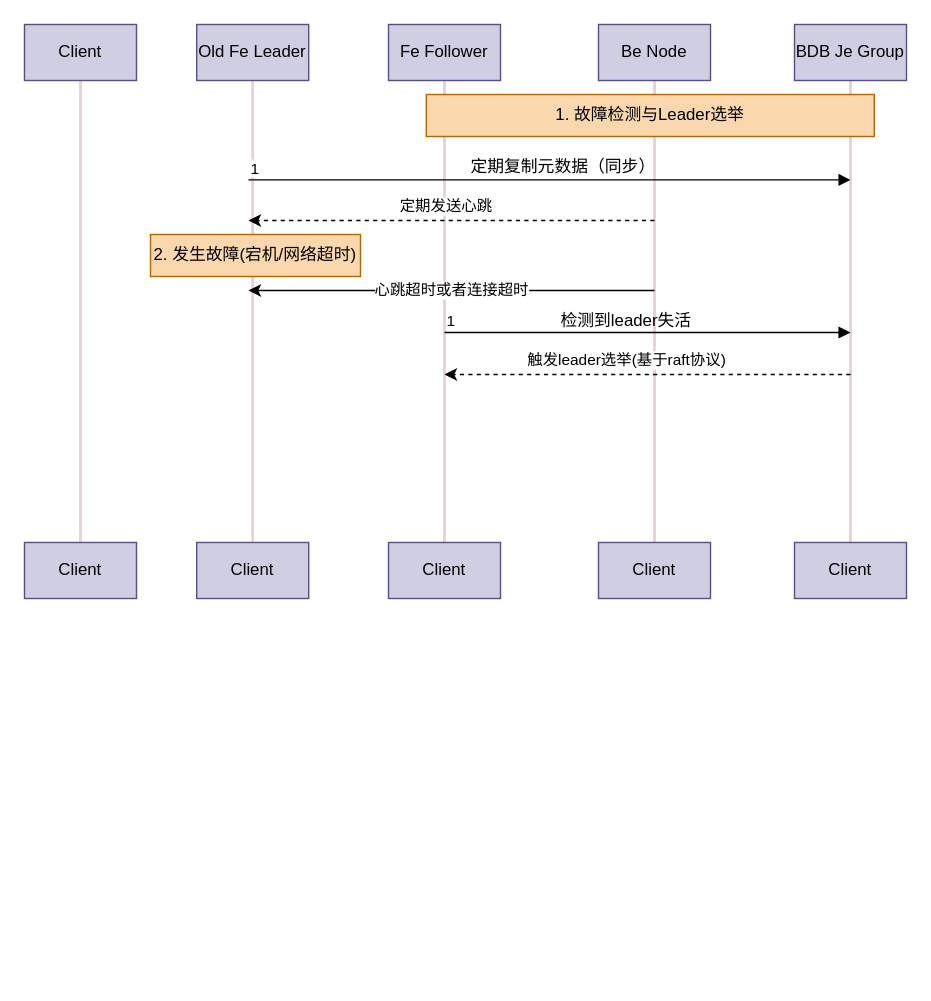
The draw.io diagram starrocks.drawio in lviiii/starrocks, before the edit. Source tidied: cells renumbered, new cells numbered last; positions are measured from the earlier drawing's top-left corner, leaving out a move shared by most shapes. Both pictures are drawn from the tidied source at 140%, with x=0, y=0 at pixel (24, 24).
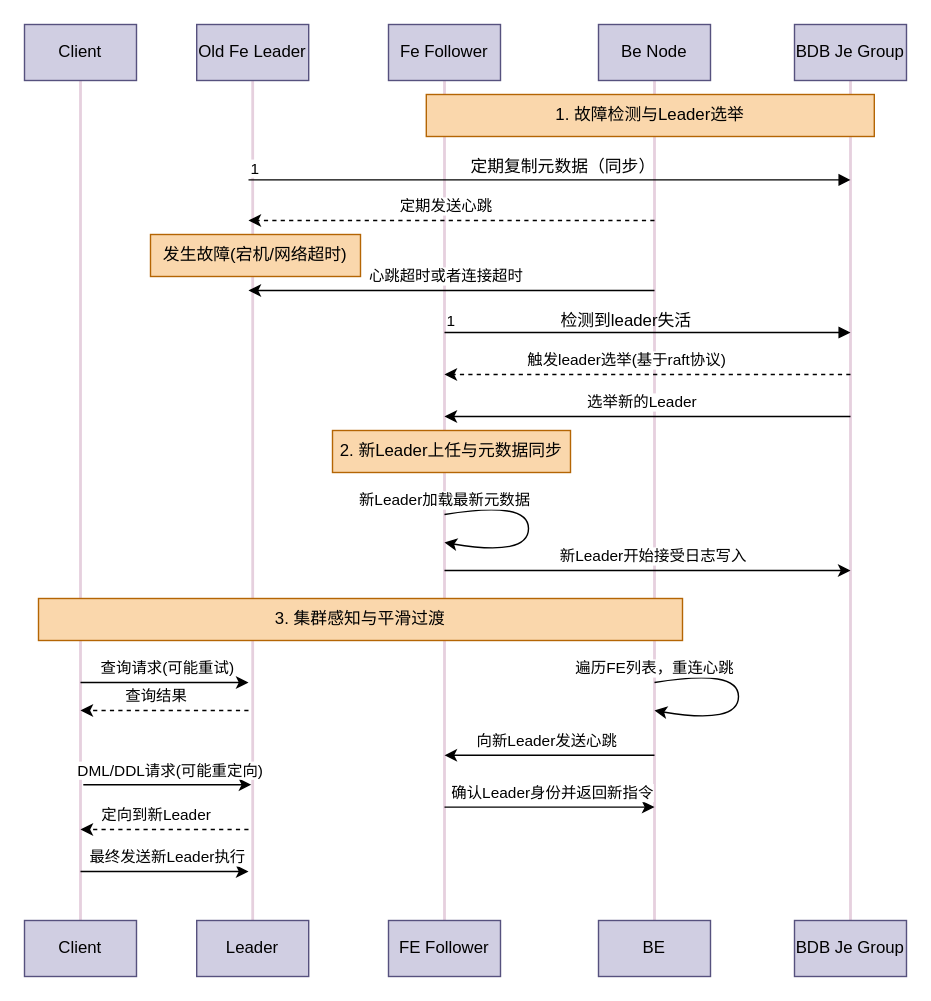
Above is the later version.

The edit, as a diff of the source:
```diff
@@
     <mxCell id="4" value="Client" style="html=1;whiteSpace=wrap;fillColor=#d0cee2;strokeColor=#56517e;" parent="1" vertex="1">
-      <mxGeometry y="370" width="80" height="40" as="geometry" />
+      <mxGeometry y="640" width="80" height="40" as="geometry" />
     </mxCell>
@@
-    <mxCell id="7" value="Client" style="html=1;whiteSpace=wrap;fillColor=#d0cee2;strokeColor=#56517e;" parent="1" vertex="1">
-      <mxGeometry x="123" y="370" width="80" height="40" as="geometry" />
+    <mxCell id="7" value="Leader" style="html=1;whiteSpace=wrap;fillColor=#d0cee2;strokeColor=#56517e;" parent="1" vertex="1">
+      <mxGeometry x="123" y="640" width="80" height="40" as="geometry" />
     </mxCell>
@@
-    <mxCell id="10" value="Client" style="html=1;whiteSpace=wrap;fillColor=#d0cee2;strokeColor=#56517e;" parent="1" vertex="1">
-      <mxGeometry x="260" y="370" width="80" height="40" as="geometry" />
+    <mxCell id="10" value="FE Follower" style="html=1;whiteSpace=wrap;fillColor=#d0cee2;strokeColor=#56517e;" parent="1" vertex="1">
+      <mxGeometry x="260" y="640" width="80" height="40" as="geometry" />
     </mxCell>
@@
-    <mxCell id="13" value="Client" style="html=1;whiteSpace=wrap;fillColor=#d0cee2;strokeColor=#56517e;" parent="1" vertex="1">
-      <mxGeometry x="410" y="370" width="80" height="40" as="geometry" />
+    <mxCell id="13" value="BE" style="html=1;whiteSpace=wrap;fillColor=#d0cee2;strokeColor=#56517e;" parent="1" vertex="1">
+      <mxGeometry x="410" y="640" width="80" height="40" as="geometry" />
     </mxCell>
@@
-    <mxCell id="16" value="Client" style="html=1;whiteSpace=wrap;fillColor=#d0cee2;strokeColor=#56517e;" parent="1" vertex="1">
-      <mxGeometry x="550" y="370" width="80" height="40" as="geometry" />
+    <mxCell id="16" value="BDB Je Group" style="html=1;whiteSpace=wrap;fillColor=#d0cee2;strokeColor=#56517e;" parent="1" vertex="1">
+      <mxGeometry x="550" y="640" width="80" height="40" as="geometry" />
     </mxCell>
@@
-    <mxCell id="22" value="2. 发生故障(宕机/网络超时)" style="html=1;whiteSpace=wrap;fillColor=#fad7ac;strokeColor=#b46504;" parent="1" vertex="1">
+    <mxCell id="22" value="发生故障(宕机/网络超时)" style="html=1;whiteSpace=wrap;fillColor=#fad7ac;strokeColor=#b46504;" parent="1" vertex="1">
       <mxGeometry x="90" y="150" width="150" height="30" as="geometry" />
     </mxCell>
     <mxCell id="23" value="&lt;div&gt;心跳超时或者连接超时&lt;/div&gt;" style="endArrow=classic;html=1;rounded=0;" parent="1" edge="1">
-      <mxGeometry relative="1" as="geometry">
+      <mxGeometry x="0.03" y="-10" relative="1" as="geometry">
         <mxPoint x="450" y="190" as="sourcePoint" />
         <mxPoint x="160" y="190" as="targetPoint" />
       </mxGeometry>
     </mxCell>
@@
+    <mxCell id="28" value="选举新的Leader" style="endArrow=classic;html=1;rounded=0;" parent="1" edge="1">
+      <mxGeometry x="0.03" y="-10" relative="1" as="geometry">
+        <mxPoint x="590" y="280" as="sourcePoint" />
+        <mxPoint x="300" y="280" as="targetPoint" />
+      </mxGeometry>
+    </mxCell>
+    <mxCell id="29" value="2. 新Leader上任与元数据同步" style="html=1;whiteSpace=wrap;fillColor=#fad7ac;strokeColor=#b46504;" parent="1" vertex="1">
+      <mxGeometry x="220" y="290" width="170" height="30" as="geometry" />
+    </mxCell>
+    <mxCell id="30" value="新Leader加载最新元数据" style="curved=1;endArrow=classic;html=1;rounded=0;" parent="1" edge="1">
+      <mxGeometry x="-0.98" y="10" relative="1" as="geometry">
+        <mxPoint x="300" y="350" as="sourcePoint" />
+        <mxPoint x="300" y="370" as="targetPoint" />
+        <Array as="points">
+          <mxPoint x="360" y="340" />
+          <mxPoint x="360" y="380" />
+        </Array>
+      </mxGeometry>
+    </mxCell>
+    <mxCell id="31" value="新Leader开始接受日志写入" style="endArrow=classic;html=1;rounded=0;" parent="1" edge="1">
+      <mxGeometry x="0.03" y="10" relative="1" as="geometry">
+        <mxPoint x="300" y="390" as="sourcePoint" />
+        <mxPoint x="590" y="390" as="targetPoint" />
+      </mxGeometry>
+    </mxCell>
+    <mxCell id="32" value="3. 集群感知与平滑过渡" style="html=1;whiteSpace=wrap;fillColor=#fad7ac;strokeColor=#b46504;" parent="1" vertex="1">
+      <mxGeometry x="10" y="410" width="460" height="30" as="geometry" />
+    </mxCell>
+    <mxCell id="33" value="确认Leader身份并返回新指令" style="endArrow=classic;html=1;rounded=0;" parent="1" edge="1">
+      <mxGeometry x="0.03" y="10" relative="1" as="geometry">
+        <mxPoint x="300" y="559" as="sourcePoint" />
+        <mxPoint x="450" y="559" as="targetPoint" />
+      </mxGeometry>
+    </mxCell>
+    <mxCell id="34" value="向新Leader发送心跳" style="endArrow=classic;html=1;rounded=0;" parent="1" edge="1">
+      <mxGeometry x="0.03" y="-10" relative="1" as="geometry">
+        <mxPoint x="450" y="522" as="sourcePoint" />
+        <mxPoint x="300" y="522" as="targetPoint" />
+      </mxGeometry>
+    </mxCell>
+    <mxCell id="35" value="遍历FE列表，重连心跳" style="curved=1;endArrow=classic;html=1;rounded=0;" parent="1" edge="1">
+      <mxGeometry x="-0.98" y="10" relative="1" as="geometry">
+        <mxPoint x="450" y="470" as="sourcePoint" />
+        <mxPoint x="450" y="490" as="targetPoint" />
+        <Array as="points">
+          <mxPoint x="510" y="460" />
+          <mxPoint x="510" y="500" />
+        </Array>
+      </mxGeometry>
+    </mxCell>
+    <mxCell id="36" value="查询请求(可能重试)" style="endArrow=classic;html=1;rounded=0;" parent="1" edge="1">
+      <mxGeometry x="0.03" y="10" relative="1" as="geometry">
+        <mxPoint x="40" y="470" as="sourcePoint" />
+        <mxPoint x="160" y="470" as="targetPoint" />
+      </mxGeometry>
+    </mxCell>
+    <mxCell id="37" value="DML/DDL请求(可能重定向)" style="endArrow=classic;html=1;rounded=0;" parent="1" edge="1">
+      <mxGeometry x="0.03" y="10" relative="1" as="geometry">
+        <mxPoint x="42" y="543" as="sourcePoint" />
+        <mxPoint x="162" y="543" as="targetPoint" />
+      </mxGeometry>
+    </mxCell>
+    <mxCell id="38" value="最终发送新Leader执行" style="endArrow=classic;html=1;rounded=0;" parent="1" edge="1">
+      <mxGeometry x="0.03" y="10" relative="1" as="geometry">
+        <mxPoint x="40" y="605" as="sourcePoint" />
+        <mxPoint x="160" y="605" as="targetPoint" />
+      </mxGeometry>
+    </mxCell>
+    <mxCell id="39" value="查询结果" style="endArrow=classic;html=1;rounded=0;dashed=1;" parent="1" edge="1">
+      <mxGeometry x="0.1" y="-10" relative="1" as="geometry">
+        <mxPoint x="160" y="490" as="sourcePoint" />
+        <mxPoint x="40" y="490" as="targetPoint" />
+      </mxGeometry>
+    </mxCell>
+    <mxCell id="40" value="定向到新Leader" style="endArrow=classic;html=1;rounded=0;dashed=1;" parent="1" edge="1">
+      <mxGeometry x="0.1" y="-10" relative="1" as="geometry">
+        <mxPoint x="160" y="575" as="sourcePoint" />
+        <mxPoint x="40" y="575" as="targetPoint" />
+      </mxGeometry>
+    </mxCell>
```
